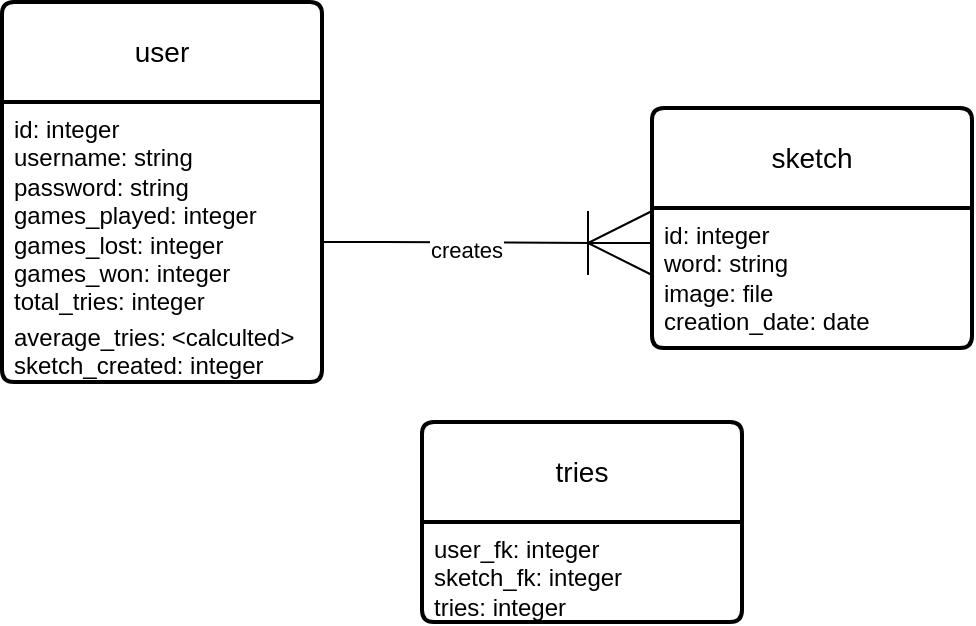
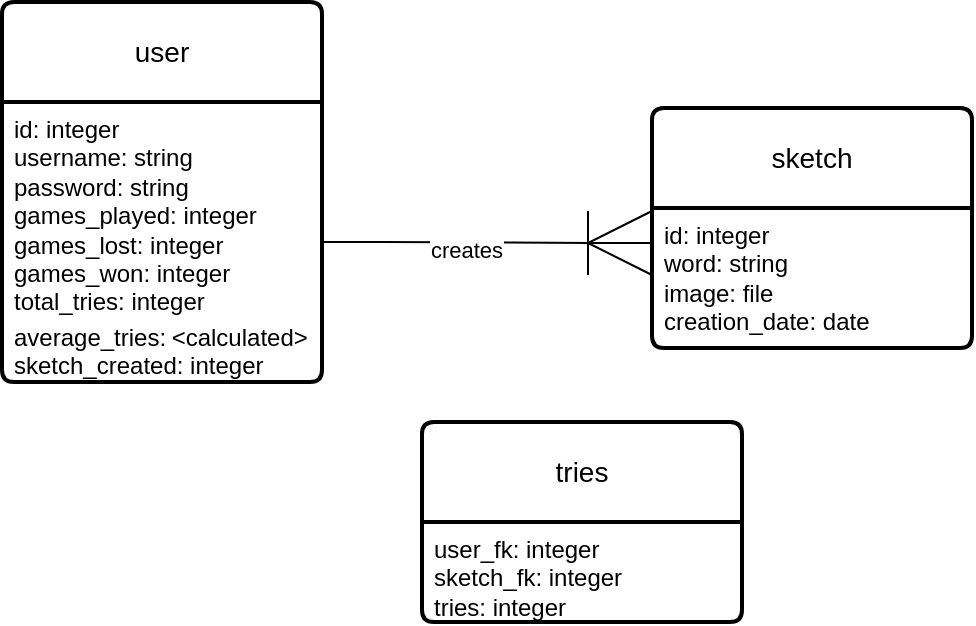
<mxfile host="app.diagrams.net">
  <diagram name="Page-1" id="ad8Rwms8rh2yyfbiVcCA">
    <mxGraphModel dx="903" dy="426" grid="1" gridSize="10" guides="1" tooltips="1" connect="1" arrows="1" fold="1" page="1" pageScale="1" pageWidth="850" pageHeight="1100" math="0" shadow="0">
      <root>
        <mxCell id="0" />
        <mxCell id="1" parent="0" />
        <mxCell id="Eyy7eFdB7dbUOaslEh1--1" parent="1" style="swimlane;childLayout=stackLayout;horizontal=1;startSize=50;horizontalStack=0;rounded=1;fontSize=14;fontStyle=0;strokeWidth=2;resizeParent=0;resizeLast=1;shadow=0;dashed=0;align=center;arcSize=4;whiteSpace=wrap;html=1;movable=1;resizable=1;rotatable=1;deletable=1;editable=1;locked=0;connectable=1;" value="&lt;div&gt;user&lt;/div&gt;" vertex="1">
          <mxGeometry height="190" width="160" x="20" y="240" as="geometry" />
        </mxCell>
-         <mxCell id="Eyy7eFdB7dbUOaslEh1--2" parent="Eyy7eFdB7dbUOaslEh1--1" style="align=left;strokeColor=none;fillColor=none;spacingLeft=4;spacingRight=4;fontSize=12;verticalAlign=top;resizable=1;rotatable=1;part=1;html=1;whiteSpace=wrap;movable=1;deletable=1;editable=1;locked=0;connectable=1;" value="&lt;div&gt;id: integer&lt;/div&gt;&lt;div&gt;username: string&lt;/div&gt;&lt;div&gt;password: string&lt;/div&gt;&lt;div&gt;games_played: integer&lt;/div&gt;&lt;div&gt;games_lost: integer&lt;/div&gt;&lt;div&gt;games_won: integer&lt;/div&gt;&lt;div&gt;total_tries: integer&lt;/div&gt;&lt;div&gt;average_tries:&lt;sup&gt;&amp;nbsp;&lt;/sup&gt;&amp;lt;calculted&amp;gt;&lt;/div&gt;&lt;div&gt;sketch_created: integer&lt;/div&gt;" vertex="1">
+         <mxCell id="Eyy7eFdB7dbUOaslEh1--2" parent="Eyy7eFdB7dbUOaslEh1--1" style="align=left;strokeColor=none;fillColor=none;spacingLeft=4;spacingRight=4;fontSize=12;verticalAlign=top;resizable=1;rotatable=1;part=1;html=1;whiteSpace=wrap;movable=1;deletable=1;editable=1;locked=0;connectable=1;" value="&lt;div&gt;id: integer&lt;/div&gt;&lt;div&gt;username: string&lt;/div&gt;&lt;div&gt;password: string&lt;/div&gt;&lt;div&gt;games_played: integer&lt;/div&gt;&lt;div&gt;games_lost: integer&lt;/div&gt;&lt;div&gt;games_won: integer&lt;/div&gt;&lt;div&gt;total_tries: integer&lt;/div&gt;&lt;div&gt;average_tries:&lt;sup&gt;&amp;nbsp;&lt;/sup&gt;&amp;lt;calculated&amp;gt;&lt;/div&gt;&lt;div&gt;sketch_created: integer&lt;/div&gt;" vertex="1">
          <mxGeometry height="140" width="160" y="50" as="geometry" />
        </mxCell>
        <mxCell id="Eyy7eFdB7dbUOaslEh1--3" parent="1" style="swimlane;childLayout=stackLayout;horizontal=1;startSize=50;horizontalStack=0;rounded=1;fontSize=14;fontStyle=0;strokeWidth=2;resizeParent=0;resizeLast=1;shadow=0;dashed=0;align=center;arcSize=4;whiteSpace=wrap;html=1;" value="sketch" vertex="1">
          <mxGeometry height="120" width="160" x="345" y="293" as="geometry" />
        </mxCell>
        <mxCell id="Eyy7eFdB7dbUOaslEh1--4" parent="Eyy7eFdB7dbUOaslEh1--3" style="align=left;strokeColor=none;fillColor=none;spacingLeft=4;spacingRight=4;fontSize=12;verticalAlign=top;resizable=0;rotatable=0;part=1;html=1;whiteSpace=wrap;" value="&lt;div&gt;id: integer&lt;/div&gt;&lt;div&gt;word: string&lt;/div&gt;&lt;div&gt;image: file&lt;/div&gt;&lt;div&gt;creation_date: date&lt;/div&gt;" vertex="1">
          <mxGeometry height="70" width="160" y="50" as="geometry" />
        </mxCell>
        <mxCell id="Eyy7eFdB7dbUOaslEh1--5" parent="1" style="swimlane;childLayout=stackLayout;horizontal=1;startSize=50;horizontalStack=0;rounded=1;fontSize=14;fontStyle=0;strokeWidth=2;resizeParent=0;resizeLast=1;shadow=0;dashed=0;align=center;arcSize=4;whiteSpace=wrap;html=1;" value="tries" vertex="1">
          <mxGeometry height="100" width="160" x="230" y="450" as="geometry" />
        </mxCell>
        <mxCell id="Eyy7eFdB7dbUOaslEh1--6" parent="Eyy7eFdB7dbUOaslEh1--5" style="align=left;strokeColor=none;fillColor=none;spacingLeft=4;spacingRight=4;fontSize=12;verticalAlign=top;resizable=0;rotatable=0;part=1;html=1;whiteSpace=wrap;" value="&lt;div&gt;user_fk: integer&lt;/div&gt;&lt;div&gt;sketch_fk: integer&lt;/div&gt;&lt;div&gt;tries: integer&lt;/div&gt;" vertex="1">
          <mxGeometry height="50" width="160" y="50" as="geometry" />
        </mxCell>
        <mxCell id="Eyy7eFdB7dbUOaslEh1--7" edge="1" parent="1" source="Eyy7eFdB7dbUOaslEh1--2" style="edgeStyle=entityRelationEdgeStyle;fontSize=12;html=1;endArrow=ERoneToMany;rounded=0;exitX=1;exitY=0.5;exitDx=0;exitDy=0;entryX=0;entryY=0.25;entryDx=0;entryDy=0;startSize=20;endSize=30;" target="Eyy7eFdB7dbUOaslEh1--4" value="">
          <mxGeometry height="100" relative="1" width="100" as="geometry">
            <mxPoint x="320" y="440" as="sourcePoint" />
            <mxPoint x="420" y="340" as="targetPoint" />
          </mxGeometry>
        </mxCell>
        <mxCell id="Eyy7eFdB7dbUOaslEh1--8" connectable="0" parent="Eyy7eFdB7dbUOaslEh1--7" style="edgeLabel;html=1;align=center;verticalAlign=middle;resizable=0;points=[];" value="&lt;div&gt;creates&lt;/div&gt;" vertex="1">
          <mxGeometry relative="1" x="-0.1307" y="-4" as="geometry">
            <mxPoint as="offset" />
          </mxGeometry>
        </mxCell>
      </root>
    </mxGraphModel>
  </diagram>
</mxfile>
